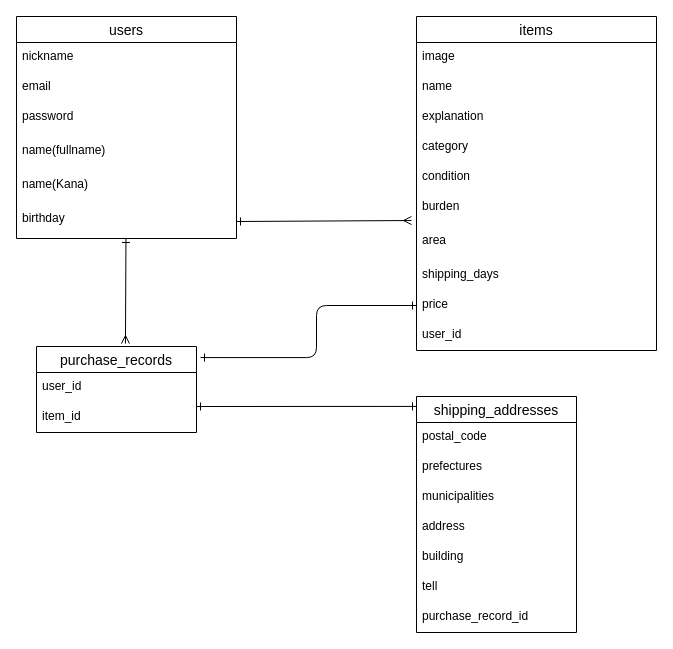
Above: ER.dio in kazuhiro-na/furima-37427 (draw.io), before the change. Source tidied: cells renumbered, new cells numbered last; positions are measured from the earlier drawing's top-left corner, leaving out a move shared by most shapes. Both pictures are drawn from the tidied source at 100%, with x=0, y=0 at pixel (16, 16).
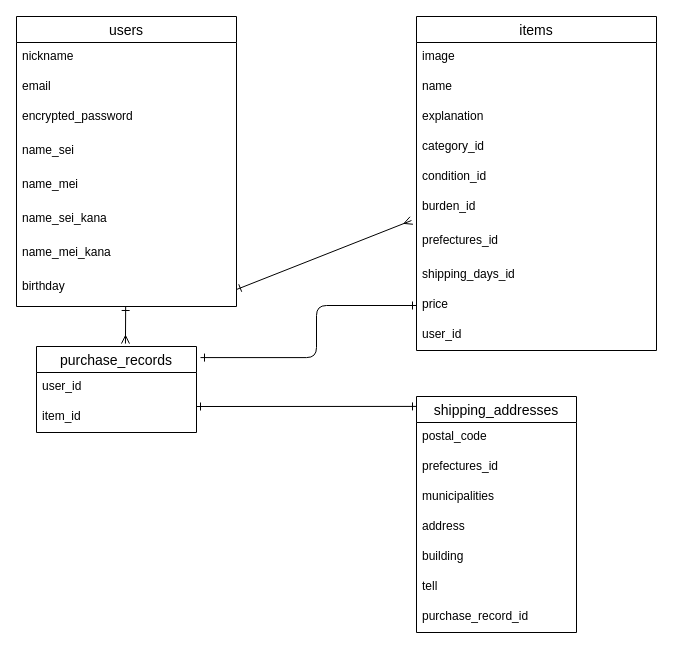
The same page after the edit.

Commit message (it also covers changes not shown here):
データベース設計の修正

Unchanged cells that the change refers to:
```xml
<mxCell id="10" value="items" style="swimlane;fontStyle=0;horizontal=1;startSize=26;align=center;fontSize=14;" parent="1" vertex="1">
  <mxGeometry x="400" width="240" height="334" as="geometry" />
</mxCell>
<mxCell id="25" value="shipping_addresses" style="swimlane;fontStyle=0;horizontal=1;startSize=26;align=center;fontSize=14;" parent="1" vertex="1">
  <mxGeometry x="400" y="380" width="160" height="236" as="geometry" />
</mxCell>
```

Change to the diagram source:
```diff
@@
     <mxCell id="3" value="users" style="swimlane;fontStyle=0;horizontal=1;startSize=26;align=center;fontSize=14;" parent="1" vertex="1">
-      <mxGeometry width="220" height="222" as="geometry" />
+      <mxGeometry width="220" height="290" as="geometry" />
     </mxCell>
@@
-    <mxCell id="6" value="password" style="text;strokeColor=none;fillColor=none;spacingLeft=4;spacingRight=4;overflow=hidden;fontSize=12;" parent="3" vertex="1">
+    <mxCell id="6" value="encrypted_password" style="text;strokeColor=none;fillColor=none;spacingLeft=4;spacingRight=4;overflow=hidden;fontSize=12;" parent="3" vertex="1">
       <mxGeometry y="86" width="220" height="34" as="geometry" />
     </mxCell>
-    <mxCell id="7" value="name(fullname)" style="text;strokeColor=none;fillColor=none;spacingLeft=4;spacingRight=4;overflow=hidden;fontSize=12;" parent="3" vertex="1">
+    <mxCell id="7" value="name_sei" style="text;strokeColor=none;fillColor=none;spacingLeft=4;spacingRight=4;overflow=hidden;fontSize=12;" parent="3" vertex="1">
       <mxGeometry y="120" width="220" height="34" as="geometry" />
     </mxCell>
+    <mxCell id="35" value="name_mei" style="text;strokeColor=none;fillColor=none;spacingLeft=4;spacingRight=4;overflow=hidden;fontSize=12;" parent="3" vertex="1">
+      <mxGeometry y="154" width="220" height="34" as="geometry" />
+    </mxCell>
-    <mxCell id="8" value="name(Kana)" style="text;strokeColor=none;fillColor=none;spacingLeft=4;spacingRight=4;overflow=hidden;fontSize=12;" parent="3" vertex="1">
-      <mxGeometry y="154" width="220" height="34" as="geometry" />
+    <mxCell id="8" value="name_sei_kana" style="text;strokeColor=none;fillColor=none;spacingLeft=4;spacingRight=4;overflow=hidden;fontSize=12;" parent="3" vertex="1">
+      <mxGeometry y="188" width="220" height="34" as="geometry" />
     </mxCell>
+    <mxCell id="36" value="name_mei_kana" style="text;strokeColor=none;fillColor=none;spacingLeft=4;spacingRight=4;overflow=hidden;fontSize=12;" parent="3" vertex="1">
+      <mxGeometry y="222" width="220" height="34" as="geometry" />
+    </mxCell>
     <mxCell id="9" value="birthday" style="text;strokeColor=none;fillColor=none;spacingLeft=4;spacingRight=4;overflow=hidden;points=[[0,0.5],[1,0.5]];portConstraint=eastwest;fontSize=12;" parent="3" vertex="1">
-      <mxGeometry y="188" width="220" height="34" as="geometry" />
+      <mxGeometry y="256" width="220" height="34" as="geometry" />
     </mxCell>
@@
-    <mxCell id="14" value="category" style="text;strokeColor=none;fillColor=none;spacingLeft=4;spacingRight=4;overflow=hidden;fontSize=12;" parent="10" vertex="1">
+    <mxCell id="14" value="category_id" style="text;strokeColor=none;fillColor=none;spacingLeft=4;spacingRight=4;overflow=hidden;fontSize=12;" parent="10" vertex="1">
       <mxGeometry y="116" width="240" height="30" as="geometry" />
     </mxCell>
-    <mxCell id="15" value="condition" style="text;strokeColor=none;fillColor=none;spacingLeft=4;spacingRight=4;overflow=hidden;fontSize=12;" parent="10" vertex="1">
+    <mxCell id="15" value="condition_id" style="text;strokeColor=none;fillColor=none;spacingLeft=4;spacingRight=4;overflow=hidden;fontSize=12;" parent="10" vertex="1">
       <mxGeometry y="146" width="240" height="30" as="geometry" />
     </mxCell>
-    <mxCell id="16" value="burden" style="text;strokeColor=none;fillColor=none;spacingLeft=4;spacingRight=4;overflow=hidden;points=[[0,0.5],[1,0.5]];portConstraint=eastwest;fontSize=12;" parent="10" vertex="1">
+    <mxCell id="16" value="burden_id" style="text;strokeColor=none;fillColor=none;spacingLeft=4;spacingRight=4;overflow=hidden;points=[[0,0.5],[1,0.5]];portConstraint=eastwest;fontSize=12;" parent="10" vertex="1">
       <mxGeometry y="176" width="240" height="34" as="geometry" />
     </mxCell>
-    <mxCell id="17" value="area" style="text;strokeColor=none;fillColor=none;spacingLeft=4;spacingRight=4;overflow=hidden;fontSize=12;" parent="10" vertex="1">
+    <mxCell id="17" value="prefectures_id" style="text;strokeColor=none;fillColor=none;spacingLeft=4;spacingRight=4;overflow=hidden;fontSize=12;" parent="10" vertex="1">
       <mxGeometry y="210" width="240" height="34" as="geometry" />
     </mxCell>
-    <mxCell id="18" value="shipping_days" style="text;strokeColor=none;fillColor=none;spacingLeft=4;spacingRight=4;overflow=hidden;fontSize=12;" parent="10" vertex="1">
+    <mxCell id="18" value="shipping_days_id" style="text;strokeColor=none;fillColor=none;spacingLeft=4;spacingRight=4;overflow=hidden;fontSize=12;" parent="10" vertex="1">
       <mxGeometry y="244" width="240" height="30" as="geometry" />
     </mxCell>
@@
-    <mxCell id="27" value="prefectures" style="text;strokeColor=none;fillColor=none;spacingLeft=4;spacingRight=4;overflow=hidden;fontSize=12;" parent="25" vertex="1">
+    <mxCell id="27" value="prefectures_id" style="text;strokeColor=none;fillColor=none;spacingLeft=4;spacingRight=4;overflow=hidden;fontSize=12;" parent="25" vertex="1">
       <mxGeometry y="56" width="160" height="30" as="geometry" />
     </mxCell>
```
